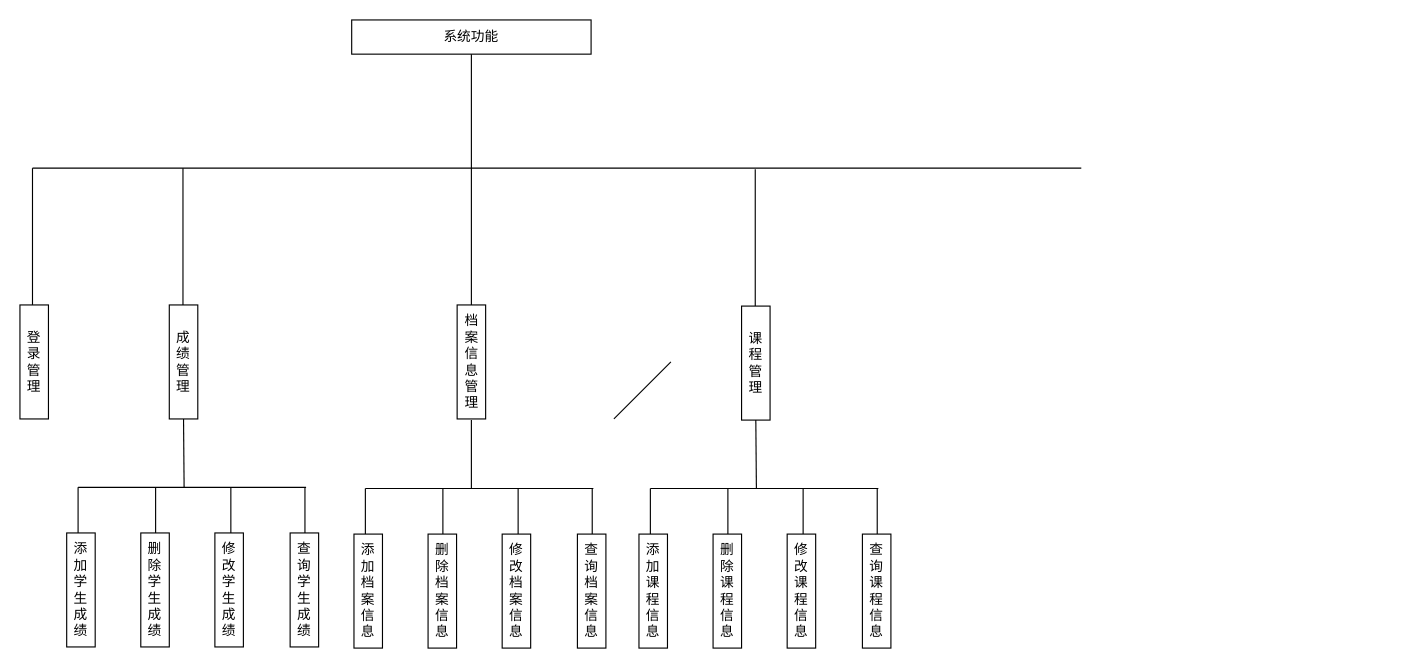
Before: 用户功能结构图.drawio in creazy412/none, a draw.io diagram. Source tidied: cells renumbered, new cells numbered last; positions are measured from the earlier drawing's top-left corner, leaving out a move shared by most shapes. Both pictures are drawn from the tidied source at 114%, with x=0, y=0 at pixel (19, 19).
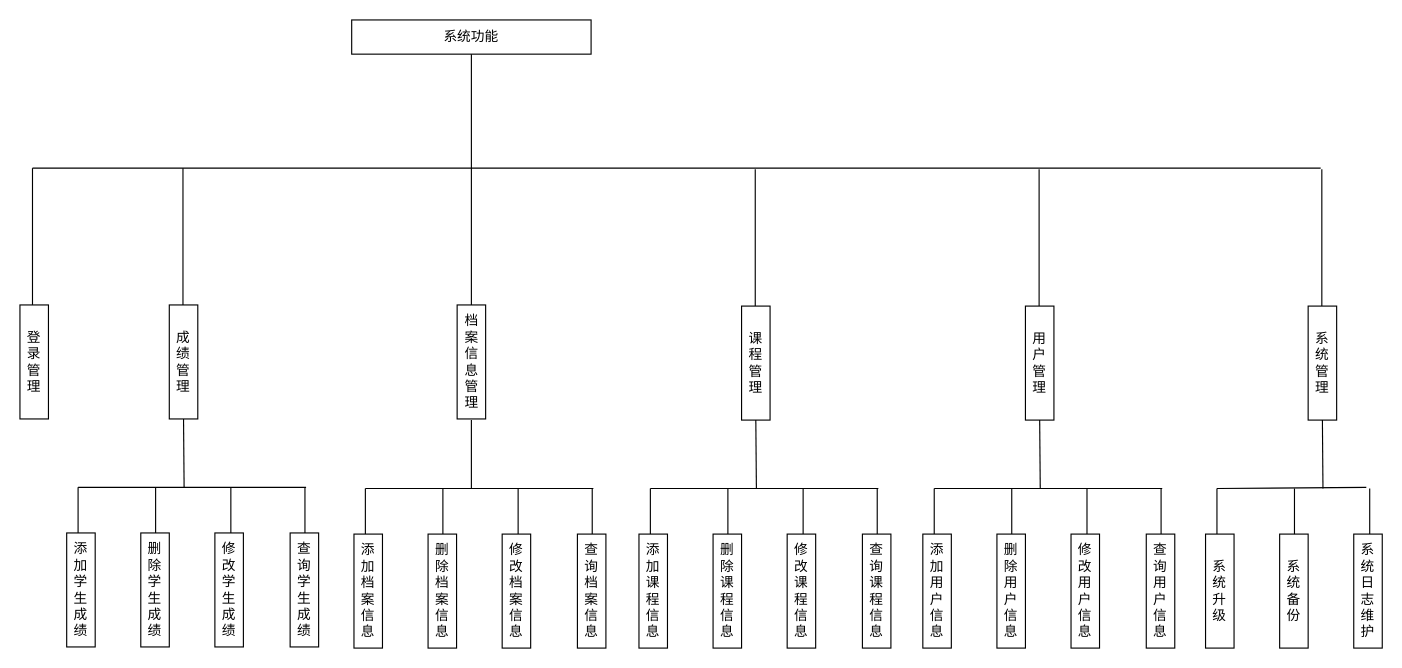
Above is the later version.

Commit message (it also covers changes not shown here):
更新用户功能结构图.drawio

Change to the diagram source:
```diff
@@
     <mxCell id="5" style="endArrow=none;html=1;rounded=0;" parent="1" edge="1">
       <mxGeometry relative="1" as="geometry">
         <mxPoint x="11" y="130" as="sourcePoint" />
-        <mxPoint x="931" y="130" as="targetPoint" />
+        <mxPoint x="1141" y="130" as="targetPoint" />
       </mxGeometry>
     </mxCell>
@@
-    <mxCell id="17" style="endArrow=none;html=1;rounded=0;" parent="1" edge="1">
-      <mxGeometry relative="1" as="geometry">
-        <mxPoint x="521" y="350" as="sourcePoint" />
-        <mxPoint x="571" y="300" as="targetPoint" />
-      </mxGeometry>
-    </mxCell>
@@
+    <mxCell id="43" value="用户管理" style="rounded=0;whiteSpace=wrap;html=1;" parent="1" vertex="1">
+      <mxGeometry x="882" y="251" width="25" height="100" as="geometry" />
+    </mxCell>
+    <mxCell id="44" style="endArrow=none;html=1;rounded=0;" parent="1" edge="1">
+      <mxGeometry relative="1" as="geometry">
+        <mxPoint x="894" y="251" as="sourcePoint" />
+        <mxPoint x="894" y="131" as="targetPoint" />
+      </mxGeometry>
+    </mxCell>
+    <mxCell id="45" style="endArrow=none;html=1;rounded=0;entryX=0.5;entryY=1;entryDx=0;entryDy=0;" parent="1" edge="1" target="43">
+      <mxGeometry relative="1" as="geometry">
+        <mxPoint x="895" y="411" as="sourcePoint" />
+      </mxGeometry>
+    </mxCell>
+    <mxCell id="46" style="endArrow=none;html=1;rounded=0;" parent="1" edge="1">
+      <mxGeometry relative="1" as="geometry">
+        <mxPoint x="802" y="411" as="sourcePoint" />
+        <mxPoint x="1002" y="411" as="targetPoint" />
+      </mxGeometry>
+    </mxCell>
+    <mxCell id="47" value="添加用户信息" style="rounded=0;whiteSpace=wrap;html=1;" parent="1" vertex="1">
+      <mxGeometry x="792" y="451" width="25" height="100" as="geometry" />
+    </mxCell>
+    <mxCell id="48" value="删除用户信息" style="rounded=0;whiteSpace=wrap;html=1;" parent="1" vertex="1">
+      <mxGeometry x="857" y="451" width="25" height="100" as="geometry" />
+    </mxCell>
+    <mxCell id="49" value="修改用户信息" style="rounded=0;whiteSpace=wrap;html=1;" parent="1" vertex="1">
+      <mxGeometry x="922" y="451" width="25" height="100" as="geometry" />
+    </mxCell>
+    <mxCell id="50" value="查询用户信息" style="rounded=0;whiteSpace=wrap;html=1;" parent="1" vertex="1">
+      <mxGeometry x="988" y="451" width="25" height="100" as="geometry" />
+    </mxCell>
+    <mxCell id="51" style="endArrow=none;html=1;rounded=0;" parent="1" edge="1">
+      <mxGeometry relative="1" as="geometry">
+        <mxPoint x="1001" y="411" as="sourcePoint" />
+        <mxPoint x="1001" y="451" as="targetPoint" />
+      </mxGeometry>
+    </mxCell>
+    <mxCell id="52" style="endArrow=none;html=1;rounded=0;" parent="1" edge="1">
+      <mxGeometry relative="1" as="geometry">
+        <mxPoint x="936" y="411" as="sourcePoint" />
+        <mxPoint x="936" y="451" as="targetPoint" />
+      </mxGeometry>
+    </mxCell>
+    <mxCell id="53" style="endArrow=none;html=1;rounded=0;" parent="1" edge="1">
+      <mxGeometry relative="1" as="geometry">
+        <mxPoint x="870" y="411" as="sourcePoint" />
+        <mxPoint x="870" y="451" as="targetPoint" />
+      </mxGeometry>
+    </mxCell>
+    <mxCell id="54" style="endArrow=none;html=1;rounded=0;" parent="1" edge="1">
+      <mxGeometry relative="1" as="geometry">
+        <mxPoint x="802" y="411" as="sourcePoint" />
+        <mxPoint x="802" y="451" as="targetPoint" />
+      </mxGeometry>
+    </mxCell>
+    <mxCell id="55" value="系统管理" style="rounded=0;whiteSpace=wrap;html=1;" parent="1" vertex="1">
+      <mxGeometry x="1130" y="251" width="25" height="100" as="geometry" />
+    </mxCell>
+    <mxCell id="56" style="endArrow=none;html=1;rounded=0;" parent="1" edge="1">
+      <mxGeometry relative="1" as="geometry">
+        <mxPoint x="1142" y="251" as="sourcePoint" />
+        <mxPoint x="1142" y="131" as="targetPoint" />
+      </mxGeometry>
+    </mxCell>
+    <mxCell id="57" style="endArrow=none;html=1;rounded=0;entryX=0.5;entryY=1;entryDx=0;entryDy=0;" parent="1" edge="1" target="55">
+      <mxGeometry relative="1" as="geometry">
+        <mxPoint x="1143" y="411" as="sourcePoint" />
+      </mxGeometry>
+    </mxCell>
+    <mxCell id="58" style="endArrow=none;html=1;rounded=0;" parent="1" edge="1">
+      <mxGeometry relative="1" as="geometry">
+        <mxPoint x="1050" y="411" as="sourcePoint" />
+        <mxPoint x="1181" y="410" as="targetPoint" />
+      </mxGeometry>
+    </mxCell>
+    <mxCell id="59" value="系统升级" style="rounded=0;whiteSpace=wrap;html=1;" parent="1" vertex="1">
+      <mxGeometry x="1040" y="451" width="25" height="100" as="geometry" />
+    </mxCell>
+    <mxCell id="60" value="系统备份" style="rounded=0;whiteSpace=wrap;html=1;" parent="1" vertex="1">
+      <mxGeometry x="1105" y="451" width="25" height="100" as="geometry" />
+    </mxCell>
+    <mxCell id="61" value="系统日志维护" style="rounded=0;whiteSpace=wrap;html=1;" parent="1" vertex="1">
+      <mxGeometry x="1170" y="451" width="25" height="100" as="geometry" />
+    </mxCell>
+    <mxCell id="62" style="endArrow=none;html=1;rounded=0;" parent="1" edge="1">
+      <mxGeometry relative="1" as="geometry">
+        <mxPoint x="1184" y="411" as="sourcePoint" />
+        <mxPoint x="1184" y="451" as="targetPoint" />
+      </mxGeometry>
+    </mxCell>
+    <mxCell id="63" style="endArrow=none;html=1;rounded=0;" parent="1" edge="1">
+      <mxGeometry relative="1" as="geometry">
+        <mxPoint x="1118" y="411" as="sourcePoint" />
+        <mxPoint x="1118" y="451" as="targetPoint" />
+      </mxGeometry>
+    </mxCell>
+    <mxCell id="64" style="endArrow=none;html=1;rounded=0;" parent="1" edge="1">
+      <mxGeometry relative="1" as="geometry">
+        <mxPoint x="1050" y="411" as="sourcePoint" />
+        <mxPoint x="1050" y="451" as="targetPoint" />
+      </mxGeometry>
+    </mxCell>
```
